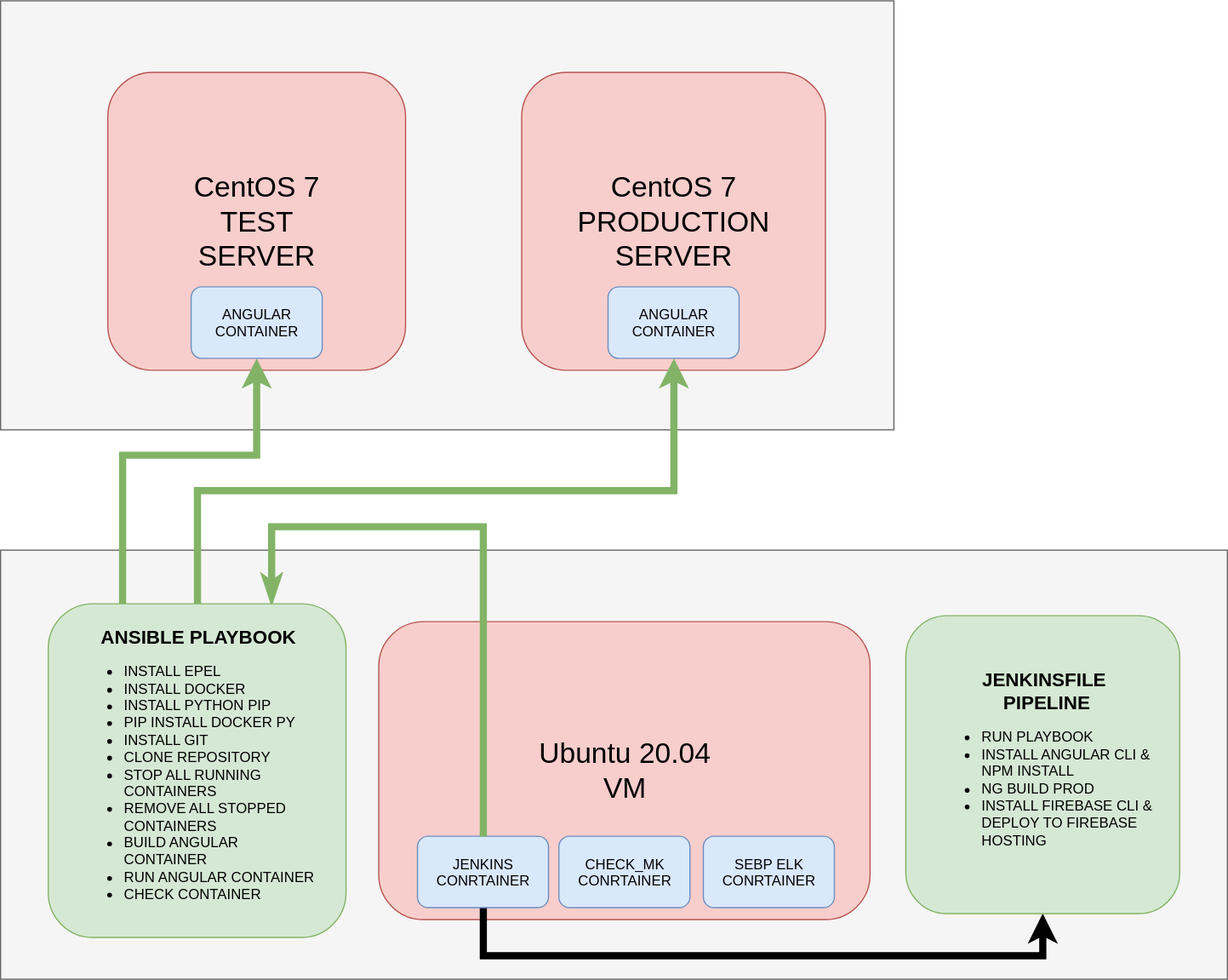
Above: Scheme/Diagram.svg in El-Mohamed/DevOps-MMCRYPTO.ORG (draw.io), before the change. Source tidied: cells renumbered, new cells last; positions are measured from the earlier drawing's top-left corner, leaving out a move shared by most shapes. Source of this version:
```xml
<mxGraphModel>
  <root>
    <mxCell id="0" />
    <mxCell id="1" parent="0" />
    <mxCell id="2" style="rounded=0;whiteSpace=wrap;html=1;fillColor=#f5f5f5;strokeColor=#666666;fontColor=#333333;" parent="1" vertex="1">
      <mxGeometry width="750" height="360" as="geometry" />
    </mxCell>
    <mxCell id="3" style="rounded=0;whiteSpace=wrap;html=1;fillColor=#f5f5f5;strokeColor=#666666;fontColor=#333333;" parent="1" vertex="1">
      <mxGeometry y="461" width="1030" height="360" as="geometry" />
    </mxCell>
    <mxCell id="4" value="&lt;font style=&quot;font-size: 24px&quot;&gt;CentOS 7&lt;br&gt;TEST &lt;br&gt;SERVER&lt;/font&gt;" style="rounded=1;whiteSpace=wrap;html=1;fillColor=#f8cecc;strokeColor=#b85450;" parent="1" vertex="1">
      <mxGeometry x="90" y="60" width="250" height="250" as="geometry" />
    </mxCell>
    <mxCell id="5" value="&lt;font style=&quot;font-size: 24px&quot;&gt;CentOS 7&lt;br&gt;PRODUCTION&lt;br&gt;SERVER&lt;/font&gt;" style="rounded=1;whiteSpace=wrap;html=1;fillColor=#f8cecc;strokeColor=#b85450;" parent="1" vertex="1">
      <mxGeometry x="437.5" y="60" width="255" height="250" as="geometry" />
    </mxCell>
    <mxCell id="6" value="&lt;font style=&quot;font-size: 24px&quot;&gt;Ubuntu 20.04&lt;br&gt;VM&lt;br&gt;&lt;/font&gt;" style="rounded=1;whiteSpace=wrap;html=1;fillColor=#f8cecc;strokeColor=#b85450;" parent="1" vertex="1">
      <mxGeometry x="317.5" y="521" width="412.5" height="250" as="geometry" />
    </mxCell>
    <mxCell id="7" style="edgeStyle=orthogonalEdgeStyle;rounded=0;jettySize=auto;html=1;entryX=0.5;entryY=1;entryDx=0;entryDy=0;strokeWidth=6;" parent="1" edge="1" source="8" target="17">
      <mxGeometry relative="1" as="geometry">
        <Array as="points">
          <mxPoint x="405" y="801" />
          <mxPoint x="875" y="801" />
        </Array>
      </mxGeometry>
    </mxCell>
    <mxCell id="8" value="JENKINS&lt;br&gt;CONRTAINER" style="rounded=1;whiteSpace=wrap;html=1;fillColor=#dae8fc;strokeColor=#6c8ebf;" parent="1" vertex="1">
      <mxGeometry x="350" y="701" width="110" height="60" as="geometry" />
    </mxCell>
    <mxCell id="9" value="CHECK_MK&lt;br&gt;CONRTAINER" style="rounded=1;whiteSpace=wrap;html=1;fillColor=#dae8fc;strokeColor=#6c8ebf;" parent="1" vertex="1">
      <mxGeometry x="468.8" y="701" width="110" height="60" as="geometry" />
    </mxCell>
    <mxCell id="10" value="SEBP ELK&lt;br&gt;CONRTAINER" style="rounded=1;whiteSpace=wrap;html=1;fillColor=#dae8fc;strokeColor=#6c8ebf;" parent="1" vertex="1">
      <mxGeometry x="590" y="701" width="110" height="60" as="geometry" />
    </mxCell>
    <mxCell id="11" value="ANGULAR&lt;br&gt;CONTAINER" style="rounded=1;whiteSpace=wrap;html=1;fillColor=#dae8fc;strokeColor=#6c8ebf;" parent="1" vertex="1">
      <mxGeometry x="510" y="240" width="110" height="60" as="geometry" />
    </mxCell>
    <mxCell id="12" style="edgeStyle=orthogonalEdgeStyle;rounded=0;jettySize=auto;html=1;entryX=0.5;entryY=0;entryDx=0;entryDy=0;strokeWidth=6;fillColor=#d5e8d4;strokeColor=#82b366;startArrow=classicThin;startFill=1;endArrow=none;endFill=0;exitX=0.75;exitY=0;exitDx=0;exitDy=0;" parent="1" edge="1" source="15" target="8">
      <mxGeometry relative="1" as="geometry">
        <Array as="points">
          <mxPoint x="228" y="441" />
          <mxPoint x="405" y="441" />
        </Array>
      </mxGeometry>
    </mxCell>
    <mxCell id="13" style="edgeStyle=orthogonalEdgeStyle;rounded=0;jettySize=auto;html=1;entryX=0.5;entryY=1;entryDx=0;entryDy=0;strokeWidth=6;fillColor=#d5e8d4;strokeColor=#82b366;" parent="1" edge="1" source="15" target="11">
      <mxGeometry relative="1" as="geometry">
        <Array as="points">
          <mxPoint x="165" y="411" />
          <mxPoint x="565" y="411" />
        </Array>
      </mxGeometry>
    </mxCell>
    <mxCell id="14" style="edgeStyle=orthogonalEdgeStyle;rounded=0;jettySize=auto;html=1;exitX=0.25;exitY=0;exitDx=0;exitDy=0;strokeWidth=6;fillColor=#d5e8d4;strokeColor=#82b366;entryX=0.5;entryY=1;entryDx=0;entryDy=0;" parent="1" edge="1" source="15" target="16">
      <mxGeometry relative="1" as="geometry">
        <Array as="points">
          <mxPoint x="102" y="381" />
          <mxPoint x="215" y="381" />
        </Array>
      </mxGeometry>
    </mxCell>
    <mxCell id="15" value="&lt;div style=&quot;text-align: center&quot;&gt;&lt;span&gt;&lt;font style=&quot;font-size: 16px&quot;&gt;&lt;b&gt;ANSIBLE PLAYBOOK&lt;/b&gt;&lt;/font&gt;&lt;/span&gt;&lt;/div&gt;&lt;ul&gt;&lt;li&gt;INSTALL EPEL&lt;/li&gt;&lt;li&gt;INSTALL DOCKER&lt;/li&gt;&lt;li&gt;INSTALL PYTHON PIP&lt;/li&gt;&lt;li&gt;PIP INSTALL DOCKER PY&lt;/li&gt;&lt;li&gt;INSTALL GIT&lt;/li&gt;&lt;li&gt;CLONE REPOSITORY&lt;/li&gt;&lt;li&gt;STOP ALL RUNNING CONTAINERS&lt;/li&gt;&lt;li&gt;REMOVE ALL STOPPED CONTAINERS&lt;/li&gt;&lt;li&gt;BUILD ANGULAR CONTAINER&lt;/li&gt;&lt;li&gt;RUN ANGULAR CONTAINER&lt;/li&gt;&lt;li&gt;CHECK CONTAINER&lt;/li&gt;&lt;/ul&gt;" style="text;html=1;strokeColor=#82b366;fillColor=#d5e8d4;align=left;verticalAlign=middle;whiteSpace=wrap;rounded=1;spacing=3;spacingTop=20;spacingBottom=20;spacingLeft=20;spacingRight=20;" parent="1" vertex="1">
      <mxGeometry x="40" y="506" width="250" height="280" as="geometry" />
    </mxCell>
    <mxCell id="16" value="ANGULAR&lt;br&gt;CONTAINER" style="rounded=1;whiteSpace=wrap;html=1;fillColor=#dae8fc;strokeColor=#6c8ebf;" parent="1" vertex="1">
      <mxGeometry x="160" y="240" width="110" height="60" as="geometry" />
    </mxCell>
    <mxCell id="17" value="&lt;div style=&quot;text-align: center&quot;&gt;&lt;span style=&quot;font-size: 16px&quot;&gt;&lt;b&gt;JENKINSFILE&lt;/b&gt;&lt;/span&gt;&lt;/div&gt;&lt;div style=&quot;text-align: center&quot;&gt;&lt;span style=&quot;font-size: 16px&quot;&gt;&lt;b&gt;&amp;nbsp;PIPELINE&lt;/b&gt;&lt;/span&gt;&lt;/div&gt;&lt;ul&gt;&lt;li&gt;RUN PLAYBOOK&lt;/li&gt;&lt;li&gt;INSTALL ANGULAR CLI &amp;amp; NPM INSTALL&lt;/li&gt;&lt;li&gt;NG BUILD PROD&lt;/li&gt;&lt;li&gt;INSTALL FIREBASE CLI &amp;amp; DEPLOY TO FIREBASE HOSTING&lt;/li&gt;&lt;/ul&gt;" style="text;html=1;strokeColor=#82b366;fillColor=#d5e8d4;align=left;verticalAlign=middle;whiteSpace=wrap;rounded=1;spacing=3;spacingTop=20;spacingBottom=20;spacingLeft=20;spacingRight=20;" parent="1" vertex="1">
      <mxGeometry x="760" y="516" width="230" height="250" as="geometry" />
    </mxCell>
  </root>
</mxGraphModel>
```
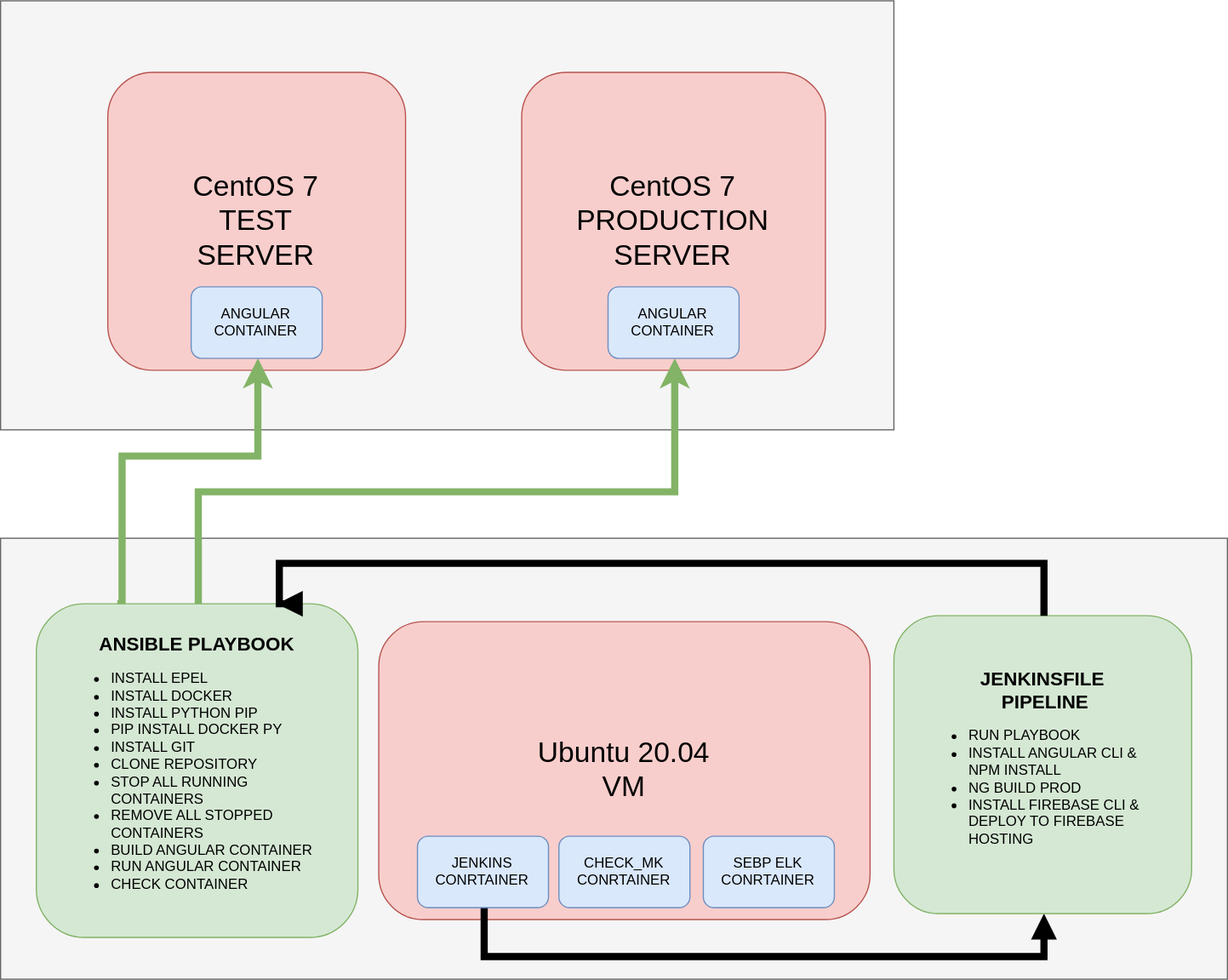
The same file after the commit.

Diff of the diagram source:
```diff
@@ -6,9 +6,9 @@
       <mxGeometry width="750" height="360" as="geometry" />
     </mxCell>
     <mxCell id="3" style="rounded=0;whiteSpace=wrap;html=1;fillColor=#f5f5f5;strokeColor=#666666;fontColor=#333333;" parent="1" vertex="1">
-      <mxGeometry y="461" width="1030" height="360" as="geometry" />
+      <mxGeometry y="451" width="1030" height="370" as="geometry" />
     </mxCell>
-    <mxCell id="4" value="&lt;font style=&quot;font-size: 24px&quot;&gt;CentOS 7&lt;br&gt;TEST &lt;br&gt;SERVER&lt;/font&gt;" style="rounded=1;whiteSpace=wrap;html=1;fillColor=#f8cecc;strokeColor=#b85450;" parent="1" vertex="1">
+    <mxCell id="4" value="&lt;font style=&quot;font-size: 24px&quot;&gt;CentOS 7&lt;br&gt;TEST&lt;br&gt;SERVER&lt;/font&gt;" style="rounded=1;whiteSpace=wrap;html=1;fillColor=#f8cecc;strokeColor=#b85450;" parent="1" vertex="1">
       <mxGeometry x="90" y="60" width="250" height="250" as="geometry" />
     </mxCell>
     <mxCell id="5" value="&lt;font style=&quot;font-size: 24px&quot;&gt;CentOS 7&lt;br&gt;PRODUCTION&lt;br&gt;SERVER&lt;/font&gt;" style="rounded=1;whiteSpace=wrap;html=1;fillColor=#f8cecc;strokeColor=#b85450;" parent="1" vertex="1">
@@ -17,7 +17,7 @@
     <mxCell id="6" value="&lt;font style=&quot;font-size: 24px&quot;&gt;Ubuntu 20.04&lt;br&gt;VM&lt;br&gt;&lt;/font&gt;" style="rounded=1;whiteSpace=wrap;html=1;fillColor=#f8cecc;strokeColor=#b85450;" parent="1" vertex="1">
       <mxGeometry x="317.5" y="521" width="412.5" height="250" as="geometry" />
     </mxCell>
-    <mxCell id="7" style="edgeStyle=orthogonalEdgeStyle;rounded=0;jettySize=auto;html=1;entryX=0.5;entryY=1;entryDx=0;entryDy=0;strokeWidth=6;" parent="1" edge="1" source="8" target="17">
+    <mxCell id="7" style="edgeStyle=orthogonalEdgeStyle;rounded=0;jettySize=auto;html=1;entryX=0.5;entryY=1;entryDx=0;entryDy=0;strokeWidth=6;endArrow=block;endFill=1;" parent="1" edge="1" source="8" target="17">
       <mxGeometry relative="1" as="geometry">
         <Array as="points">
           <mxPoint x="405" y="801" />
@@ -37,14 +37,6 @@
     <mxCell id="11" value="ANGULAR&lt;br&gt;CONTAINER" style="rounded=1;whiteSpace=wrap;html=1;fillColor=#dae8fc;strokeColor=#6c8ebf;" parent="1" vertex="1">
       <mxGeometry x="510" y="240" width="110" height="60" as="geometry" />
     </mxCell>
-    <mxCell id="12" style="edgeStyle=orthogonalEdgeStyle;rounded=0;jettySize=auto;html=1;entryX=0.5;entryY=0;entryDx=0;entryDy=0;strokeWidth=6;fillColor=#d5e8d4;strokeColor=#82b366;startArrow=classicThin;startFill=1;endArrow=none;endFill=0;exitX=0.75;exitY=0;exitDx=0;exitDy=0;" parent="1" edge="1" source="15" target="8">
-      <mxGeometry relative="1" as="geometry">
-        <Array as="points">
-          <mxPoint x="228" y="441" />
-          <mxPoint x="405" y="441" />
-        </Array>
-      </mxGeometry>
-    </mxCell>
     <mxCell id="13" style="edgeStyle=orthogonalEdgeStyle;rounded=0;jettySize=auto;html=1;entryX=0.5;entryY=1;entryDx=0;entryDy=0;strokeWidth=6;fillColor=#d5e8d4;strokeColor=#82b366;" parent="1" edge="1" source="15" target="11">
       <mxGeometry relative="1" as="geometry">
         <Array as="points">
@@ -62,13 +54,21 @@
       </mxGeometry>
     </mxCell>
     <mxCell id="15" value="&lt;div style=&quot;text-align: center&quot;&gt;&lt;span&gt;&lt;font style=&quot;font-size: 16px&quot;&gt;&lt;b&gt;ANSIBLE PLAYBOOK&lt;/b&gt;&lt;/font&gt;&lt;/span&gt;&lt;/div&gt;&lt;ul&gt;&lt;li&gt;INSTALL EPEL&lt;/li&gt;&lt;li&gt;INSTALL DOCKER&lt;/li&gt;&lt;li&gt;INSTALL PYTHON PIP&lt;/li&gt;&lt;li&gt;PIP INSTALL DOCKER PY&lt;/li&gt;&lt;li&gt;INSTALL GIT&lt;/li&gt;&lt;li&gt;CLONE REPOSITORY&lt;/li&gt;&lt;li&gt;STOP ALL RUNNING CONTAINERS&lt;/li&gt;&lt;li&gt;REMOVE ALL STOPPED CONTAINERS&lt;/li&gt;&lt;li&gt;BUILD ANGULAR CONTAINER&lt;/li&gt;&lt;li&gt;RUN ANGULAR CONTAINER&lt;/li&gt;&lt;li&gt;CHECK CONTAINER&lt;/li&gt;&lt;/ul&gt;" style="text;html=1;strokeColor=#82b366;fillColor=#d5e8d4;align=left;verticalAlign=middle;whiteSpace=wrap;rounded=1;spacing=3;spacingTop=20;spacingBottom=20;spacingLeft=20;spacingRight=20;" parent="1" vertex="1">
-      <mxGeometry x="40" y="506" width="250" height="280" as="geometry" />
+      <mxGeometry x="30" y="506" width="270" height="280" as="geometry" />
     </mxCell>
     <mxCell id="16" value="ANGULAR&lt;br&gt;CONTAINER" style="rounded=1;whiteSpace=wrap;html=1;fillColor=#dae8fc;strokeColor=#6c8ebf;" parent="1" vertex="1">
       <mxGeometry x="160" y="240" width="110" height="60" as="geometry" />
     </mxCell>
     <mxCell id="17" value="&lt;div style=&quot;text-align: center&quot;&gt;&lt;span style=&quot;font-size: 16px&quot;&gt;&lt;b&gt;JENKINSFILE&lt;/b&gt;&lt;/span&gt;&lt;/div&gt;&lt;div style=&quot;text-align: center&quot;&gt;&lt;span style=&quot;font-size: 16px&quot;&gt;&lt;b&gt;&amp;nbsp;PIPELINE&lt;/b&gt;&lt;/span&gt;&lt;/div&gt;&lt;ul&gt;&lt;li&gt;RUN PLAYBOOK&lt;/li&gt;&lt;li&gt;INSTALL ANGULAR CLI &amp;amp; NPM INSTALL&lt;/li&gt;&lt;li&gt;NG BUILD PROD&lt;/li&gt;&lt;li&gt;INSTALL FIREBASE CLI &amp;amp; DEPLOY TO FIREBASE HOSTING&lt;/li&gt;&lt;/ul&gt;" style="text;html=1;strokeColor=#82b366;fillColor=#d5e8d4;align=left;verticalAlign=middle;whiteSpace=wrap;rounded=1;spacing=3;spacingTop=20;spacingBottom=20;spacingLeft=20;spacingRight=20;" parent="1" vertex="1">
-      <mxGeometry x="760" y="516" width="230" height="250" as="geometry" />
+      <mxGeometry x="750" y="516" width="250" height="250" as="geometry" />
     </mxCell>
+    <mxCell id="18" style="edgeStyle=orthogonalEdgeStyle;rounded=0;jettySize=auto;html=1;strokeWidth=6;exitX=0.75;exitY=0;exitDx=0;exitDy=0;entryX=0.5;entryY=0;entryDx=0;entryDy=0;startArrow=block;startFill=1;endArrow=none;endFill=0;" parent="1" edge="1" source="15" target="17">
+      <mxGeometry relative="1" as="geometry">
+        <Array as="points">
+          <mxPoint x="233" y="471" />
+          <mxPoint x="875" y="471" />
+        </Array>
+      </mxGeometry>
+    </mxCell>
   </root>
 </mxGraphModel>
```
